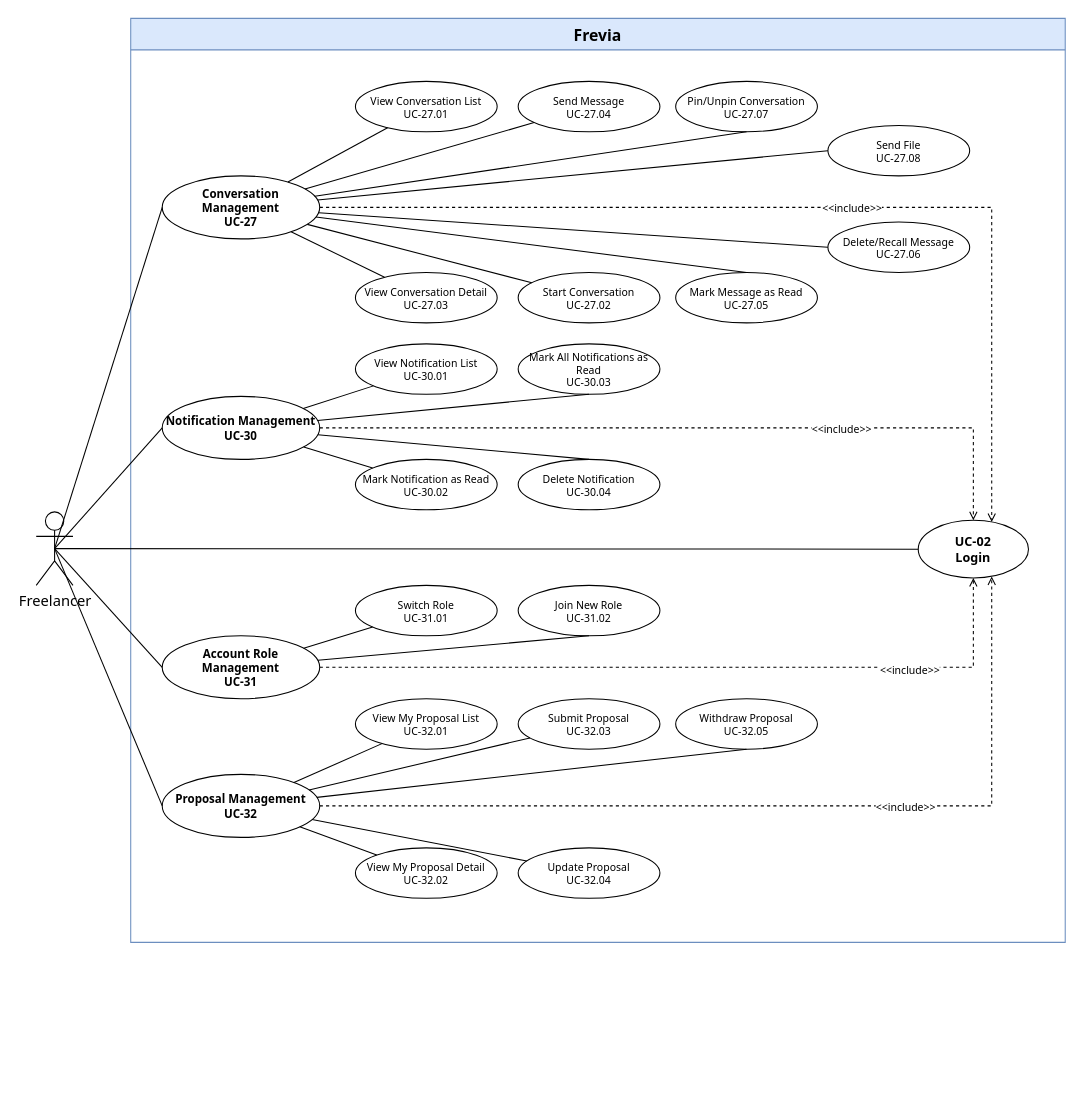
Earlier version of the draw.io diagram page "Freelancer 6/7" (6 of 7) of uc-diagrams/Freelancer.drawio (Thunggg/Frevia). Source tidied: cells renumbered, new cells numbered last; positions are measured from the earlier drawing's top-left corner, leaving out a move shared by most shapes. Both pictures are drawn from the tidied source at 105%, with x=0, y=0 at pixel (36, 18).
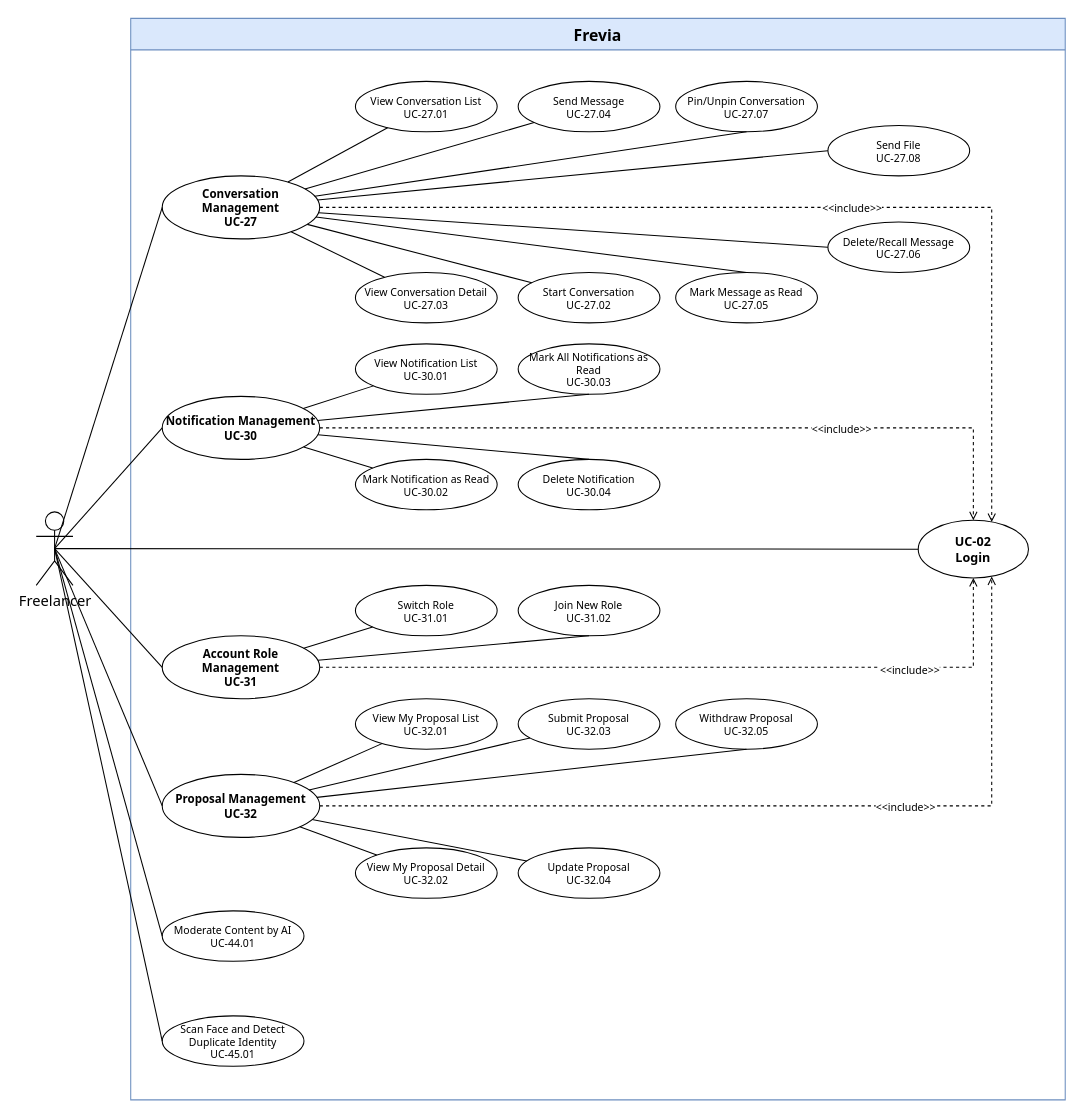
Above is the later version.

Unchanged cells that the change refers to:
```xml
<mxCell id="46" value="Freelancer" style="shape=umlActor;verticalLabelPosition=bottom;verticalAlign=top;html=1;outlineConnect=0;fontSize=14;fontFamily=Tahoma;" parent="1" vertex="1">
  <mxGeometry y="470" width="35" height="70" as="geometry" />
</mxCell>
```

What changed in the source:
```diff
@@
     <mxCell id="2" value="Frevia" style="swimlane;whiteSpace=wrap;html=1;startSize=30;fontSize=15;fontFamily=Tahoma;fontStyle=1;fillColor=#dae8fc;strokeColor=#6c8ebf;" parent="1" vertex="1">
-      <mxGeometry x="90" width="890" height="880" as="geometry" />
+      <mxGeometry x="90" width="890" height="1030" as="geometry" />
     </mxCell>
@@
+    <mxCell id="56" value="Moderate Content by AI&lt;br&gt;UC-44.01" style="ellipse;whiteSpace=wrap;html=1;fontSize=10;fontFamily=Tahoma;fillColor=#ffffff;strokeColor=#000000;" parent="2" vertex="1">
+      <mxGeometry x="30" y="850" width="135" height="48" as="geometry" />
+    </mxCell>
+    <mxCell id="57" value="Scan Face and Detect Duplicate Identity&lt;br&gt;UC-45.01" style="ellipse;whiteSpace=wrap;html=1;fontSize=10;fontFamily=Tahoma;fillColor=#ffffff;strokeColor=#000000;" parent="2" vertex="1">
+      <mxGeometry x="30" y="950" width="135" height="48" as="geometry" />
+    </mxCell>
@@
+    <mxCell id="58" style="endArrow=none;html=1;rounded=0;fontFamily=Tahoma;fontSize=13;entryX=0;entryY=0.5;entryDx=0;entryDy=0;exitX=0.5;exitY=0.5;exitDx=0;exitDy=0;exitPerimeter=0;" parent="1" edge="1" source="46" target="57">
+      <mxGeometry relative="1" as="geometry" />
+    </mxCell>
+    <mxCell id="59" style="endArrow=none;html=1;rounded=0;fontFamily=Tahoma;fontSize=13;entryX=0;entryY=0.5;entryDx=0;entryDy=0;exitX=0.5;exitY=0.5;exitDx=0;exitDy=0;exitPerimeter=0;" parent="1" edge="1" source="46" target="56">
+      <mxGeometry relative="1" as="geometry" />
+    </mxCell>
```
